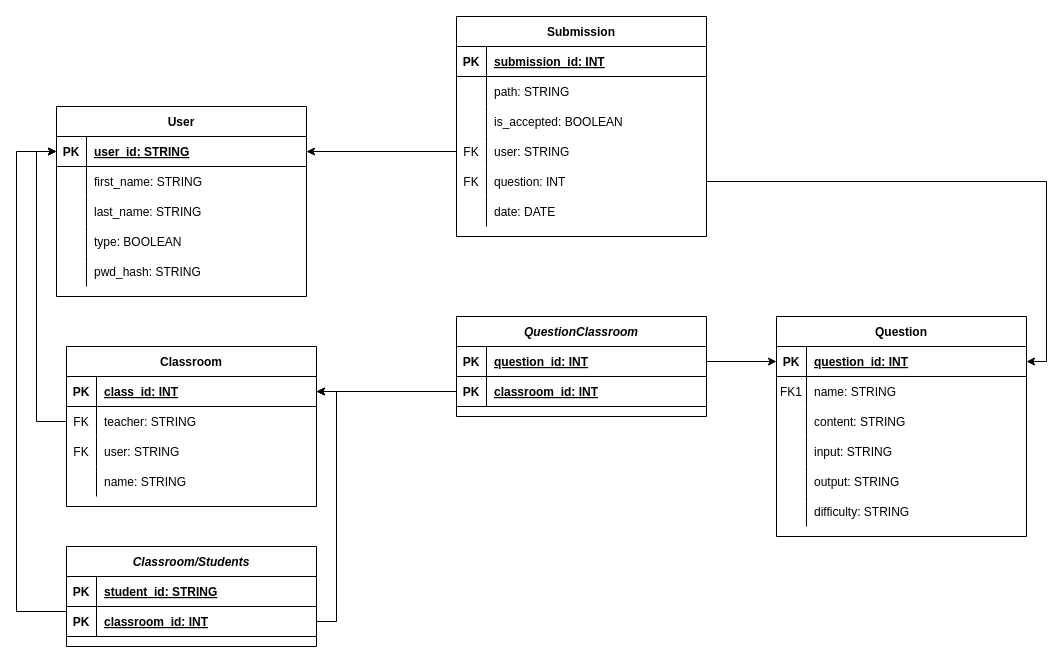
Earlier version of the draw.io diagram ER-diagram.drawio (A13k5-5/CodeProfesseur). Source tidied: cells renumbered, new cells numbered last; positions are measured from the earlier drawing's top-left corner, leaving out a move shared by most shapes. Both pictures are drawn from the tidied source at 100%, with x=0, y=0 at pixel (16, 16).
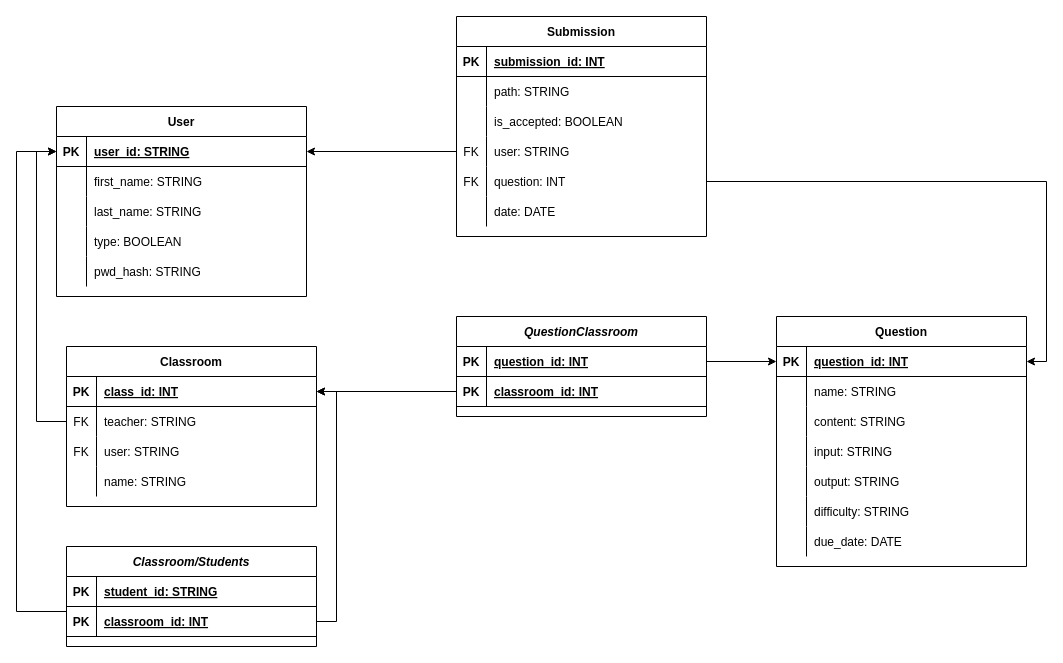
The same page after the edit.

Commit message:
add due date for Questions

The change refers to these unchanged cells:
```xml
<mxCell id="6" style="shape=partialRectangle;fillColor=none;top=0;left=0;right=0;bottom=0;" parent="2" vertex="1">
  <mxGeometry y="60" width="250" height="30" as="geometry" />
</mxCell>
```

Diff of the diagram source:
```diff
@@
     <mxCell id="2" value="Question" style="shape=table;startSize=30;childLayout=tableLayout;rowLines=0;fontStyle=1;align=center;" parent="1" vertex="1">
-      <mxGeometry x="760" y="300" width="250" height="220" as="geometry" />
+      <mxGeometry x="760" y="300" width="250" height="250" as="geometry" />
     </mxCell>
@@
-    <mxCell id="7" value="FK1" style="shape=partialRectangle;overflow=hidden;fillColor=none;top=0;left=0;bottom=0;right=0;" parent="6" vertex="1">
+    <mxCell id="7" style="shape=partialRectangle;overflow=hidden;fillColor=none;top=0;left=0;bottom=0;right=0;" parent="6" vertex="1">
       <mxGeometry width="30" height="30" as="geometry" />
     </mxCell>
@@
+    <mxCell id="90" style="shape=partialRectangle;fillColor=none;top=0;left=0;right=0;bottom=0;" parent="2" vertex="1">
+      <mxGeometry y="210" width="250" height="30" as="geometry" />
+    </mxCell>
+    <mxCell id="91" style="shape=partialRectangle;overflow=hidden;fillColor=none;top=0;left=0;bottom=0;right=0;" parent="90" vertex="1">
+      <mxGeometry width="30" height="30" as="geometry" />
+    </mxCell>
+    <mxCell id="92" value="due_date: DATE" style="shape=partialRectangle;overflow=hidden;fillColor=none;top=0;left=0;bottom=0;right=0;align=left;spacingLeft=6;" parent="90" vertex="1">
+      <mxGeometry x="30" width="220" height="30" as="geometry" />
+    </mxCell>
```
